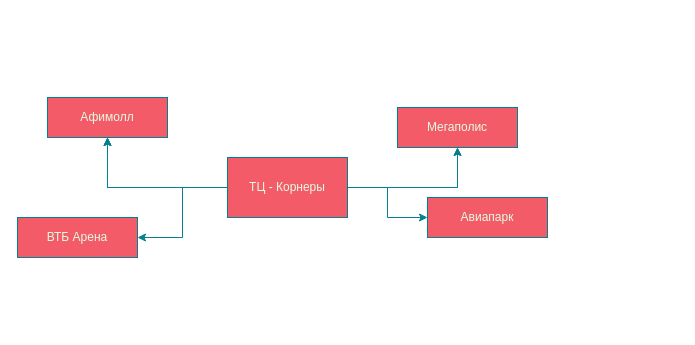
This is test_win.drawio from youarereef/mmaps, a draw.io file, before an edit. Source tidied: cells renumbered, new cells numbered last; positions are measured from the earlier drawing's top-left corner, leaving out a move shared by most shapes. Both pictures are drawn from the tidied source at 100%, with x=0, y=0 at pixel (17, 97).
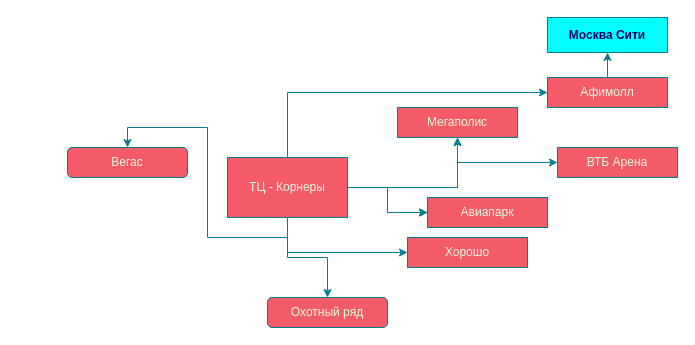
The same page after the edit.

Unchanged cells that the change refers to:
```xml
<mxCell id="9" value="ТЦ - Корнеры" style="rounded=0;whiteSpace=wrap;html=1;labelBackgroundColor=none;fillColor=#F45B69;strokeColor=#028090;fontColor=#E4FDE1;" parent="1" vertex="1">
  <mxGeometry x="210" y="60" width="120" height="60" as="geometry" />
</mxCell>
```

Change to the diagram source:
```diff
@@
-    <mxCell id="5" style="edgeStyle=orthogonalEdgeStyle;rounded=0;jettySize=auto;html=1;strokeColor=#028090;fontColor=#E4FDE1;fillColor=#F45B69;" parent="1" edge="1" source="9" target="12">
-      <mxGeometry relative="1" as="geometry" />
-    </mxCell>
-    <mxCell id="6" style="edgeStyle=orthogonalEdgeStyle;rounded=0;jettySize=auto;html=1;strokeColor=#028090;fontColor=#E4FDE1;fillColor=#F45B69;" parent="1" edge="1" source="9" target="12">
-      <mxGeometry relative="1" as="geometry" />
-    </mxCell>
     <mxCell id="7" style="edgeStyle=orthogonalEdgeStyle;rounded=0;jettySize=auto;html=1;strokeColor=#028090;fontColor=#E4FDE1;fillColor=#F45B69;" parent="1" edge="1" source="9" target="12">
-      <mxGeometry relative="1" as="geometry" />
+      <mxGeometry relative="1" as="geometry">
+        <Array as="points">
+          <mxPoint x="270" y="-5" />
+        </Array>
+      </mxGeometry>
     </mxCell>
     <mxCell id="8" style="edgeStyle=orthogonalEdgeStyle;rounded=0;jettySize=auto;html=1;strokeColor=#028090;fontColor=#E4FDE1;fillColor=#F45B69;" parent="1" edge="1" source="9" target="13">
-      <mxGeometry relative="1" as="geometry" />
+      <mxGeometry relative="1" as="geometry">
+        <Array as="points">
+          <mxPoint x="440" y="90" />
+          <mxPoint x="440" y="65" />
+        </Array>
+      </mxGeometry>
     </mxCell>
+    <mxCell id="14" style="edgeStyle=orthogonalEdgeStyle;rounded=0;jettySize=auto;html=1;strokeColor=#028090;fontColor=#E4FDE1;fillColor=#F45B69;" parent="1" edge="1" source="9" target="11">
+      <mxGeometry relative="1" as="geometry" />
+    </mxCell>
+    <mxCell id="15" style="edgeStyle=orthogonalEdgeStyle;rounded=0;jettySize=auto;html=1;strokeColor=#028090;fontColor=#E4FDE1;fillColor=#F45B69;" parent="1" edge="1" source="9" target="11">
+      <mxGeometry relative="1" as="geometry" />
+    </mxCell>
+    <mxCell id="16" style="edgeStyle=orthogonalEdgeStyle;rounded=0;jettySize=auto;html=1;exitX=0.5;exitY=1;exitDx=0;exitDy=0;entryX=0.5;entryY=0;entryDx=0;entryDy=0;strokeColor=#028090;fontColor=#E4FDE1;fillColor=#F45B69;" parent="1" edge="1" source="9" target="20">
+      <mxGeometry relative="1" as="geometry" />
+    </mxCell>
+    <mxCell id="17" style="edgeStyle=orthogonalEdgeStyle;rounded=0;jettySize=auto;html=1;exitX=0.5;exitY=1;exitDx=0;exitDy=0;entryX=0;entryY=0.5;entryDx=0;entryDy=0;strokeColor=#028090;fontColor=#E4FDE1;fillColor=#F45B69;" parent="1" edge="1" source="9" target="21">
+      <mxGeometry relative="1" as="geometry" />
+    </mxCell>
+    <mxCell id="18" style="edgeStyle=orthogonalEdgeStyle;rounded=0;jettySize=auto;html=1;exitX=0.5;exitY=1;exitDx=0;exitDy=0;entryX=0.5;entryY=0;entryDx=0;entryDy=0;strokeColor=#028090;fontColor=#E4FDE1;fillColor=#F45B69;" parent="1" edge="1" source="9" target="23">
+      <mxGeometry relative="1" as="geometry" />
+    </mxCell>
@@
     <mxCell id="10" value="Мегаполис" style="whiteSpace=wrap;html=1;fillColor=#F45B69;strokeColor=#028090;fontColor=#E4FDE1;rounded=0;labelBackgroundColor=none;" parent="1" vertex="1">
-      <mxGeometry x="380" y="10" width="120" height="40" as="geometry" />
+      <mxGeometry x="380" y="10" width="120" height="30" as="geometry" />
     </mxCell>
     <mxCell id="11" value="Авиапарк" style="whiteSpace=wrap;html=1;fillColor=#F45B69;strokeColor=#028090;fontColor=#E4FDE1;rounded=0;labelBackgroundColor=none;" parent="1" vertex="1">
-      <mxGeometry x="410" y="100" width="120" height="40" as="geometry" />
+      <mxGeometry x="410" y="100" width="120" height="30" as="geometry" />
     </mxCell>
+    <mxCell id="19" style="edgeStyle=orthogonalEdgeStyle;rounded=0;jettySize=auto;html=1;strokeColor=#028090;fontColor=#E4FDE1;fillColor=#F45B69;" parent="1" edge="1" source="12" target="22">
+      <mxGeometry relative="1" as="geometry" />
+    </mxCell>
     <mxCell id="12" value="Афимолл" style="whiteSpace=wrap;html=1;fillColor=#F45B69;strokeColor=#028090;fontColor=#E4FDE1;rounded=0;labelBackgroundColor=none;" parent="1" vertex="1">
-      <mxGeometry x="30" width="120" height="40" as="geometry" />
+      <mxGeometry x="530" y="-20" width="120" height="30" as="geometry" />
     </mxCell>
     <mxCell id="13" value="ВТБ Арена" style="whiteSpace=wrap;html=1;fillColor=#F45B69;strokeColor=#028090;fontColor=#E4FDE1;rounded=0;labelBackgroundColor=none;" parent="1" vertex="1">
-      <mxGeometry y="120" width="120" height="40" as="geometry" />
+      <mxGeometry x="540" y="50" width="120" height="30" as="geometry" />
     </mxCell>
+    <mxCell id="20" value="Вегас" style="rounded=1;whiteSpace=wrap;html=1;strokeColor=#028090;fontColor=#E4FDE1;fillColor=#F45B69;" parent="1" vertex="1">
+      <mxGeometry x="50" y="50" width="120" height="30" as="geometry" />
+    </mxCell>
+    <mxCell id="21" value="Хорошо" style="rounded=0;whiteSpace=wrap;html=1;strokeColor=#028090;fontColor=#E4FDE1;fillColor=#F45B69;" parent="1" vertex="1">
+      <mxGeometry x="390" y="140" width="120" height="30" as="geometry" />
+    </mxCell>
+    <mxCell id="22" value="&lt;b&gt;&lt;font color=&quot;#000066&quot;&gt;Москва Сити&lt;/font&gt;&lt;/b&gt;" style="whiteSpace=wrap;html=1;fillColor=#00FFFF;strokeColor=#028090;fontColor=#E4FDE1;rounded=0;labelBackgroundColor=none;" parent="1" vertex="1">
+      <mxGeometry x="530" y="-80" width="120" height="35" as="geometry" />
+    </mxCell>
+    <mxCell id="23" value="Охотный ряд" style="rounded=1;whiteSpace=wrap;html=1;strokeColor=#028090;fontColor=#E4FDE1;fillColor=#F45B69;" parent="1" vertex="1">
+      <mxGeometry x="250" y="200" width="120" height="30" as="geometry" />
+    </mxCell>
```
